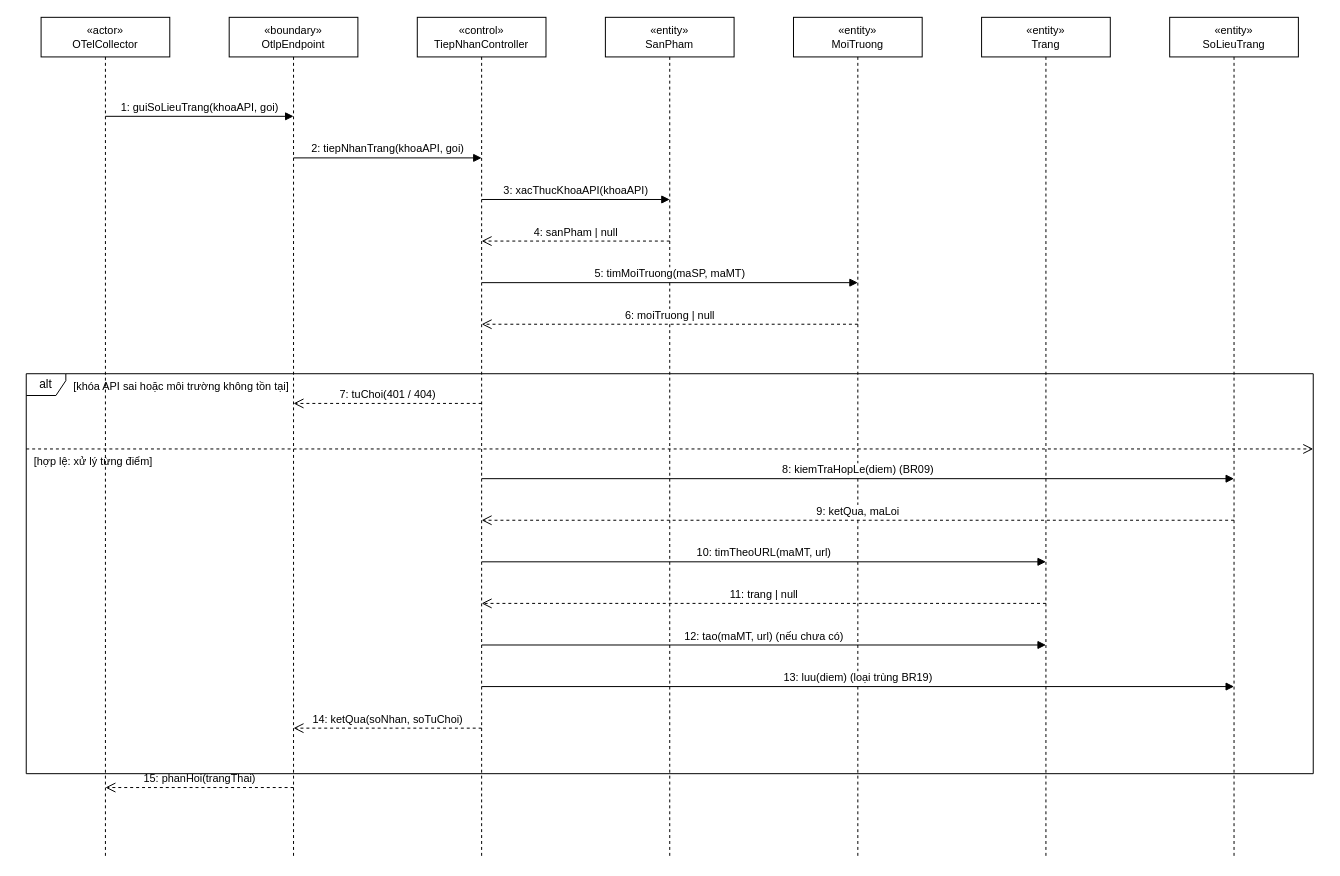
This is docs/diagrams/03_TuanTu/UC_GD_010_Sequence_GhiNhanTrangHieuNang.drawio from TranThienNhan8279/GreenDash, a draw.io file, before an edit. Source tidied: cells renumbered, new cells numbered last; positions are measured from the earlier drawing's top-left corner, leaving out a move shared by most shapes. Both pictures are drawn from the tidied source at 99%, with x=0, y=0 at pixel (26, 17).
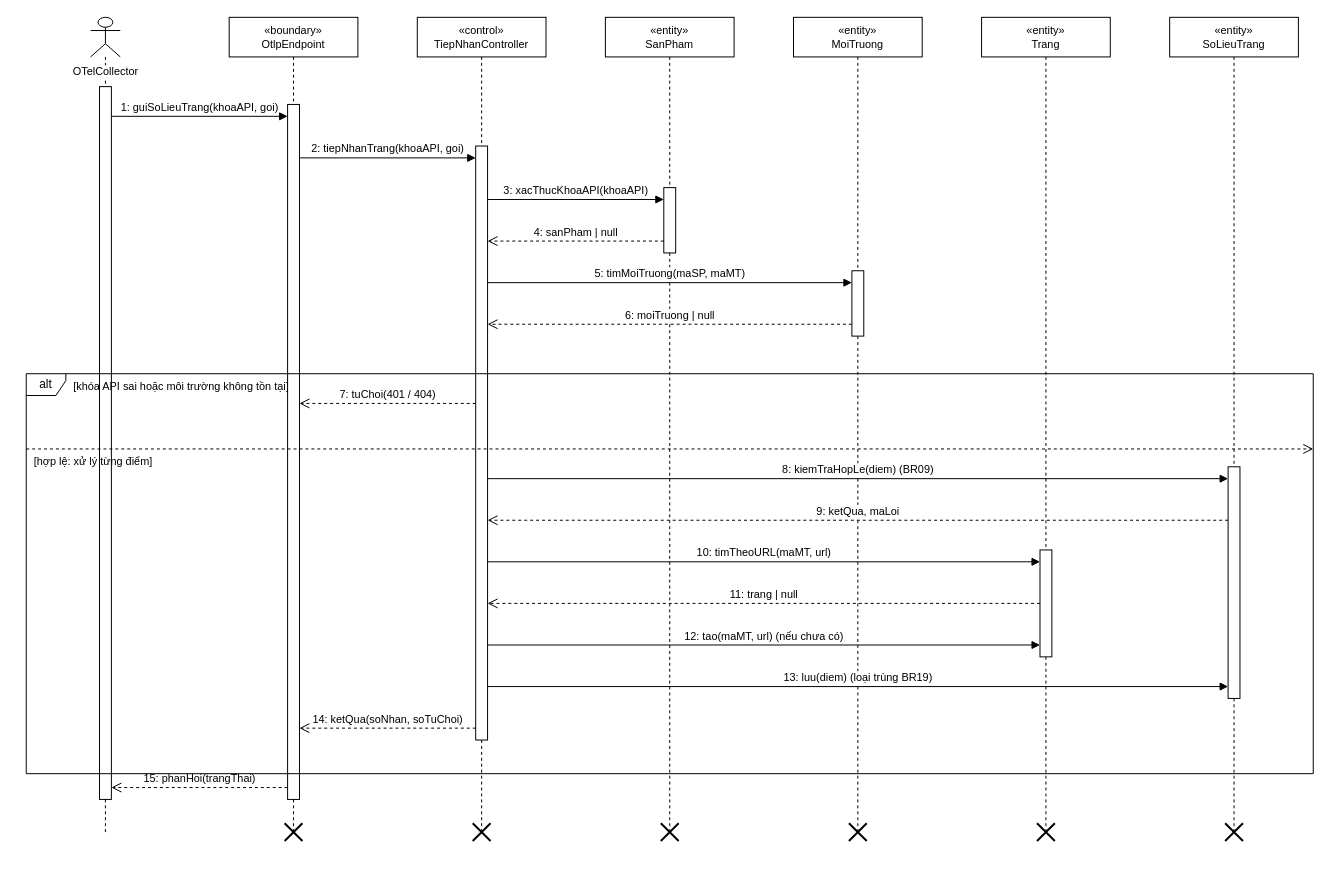
The same diagram, later.

The edit, as a diff of the source:
```diff
@@
-    <mxCell id="2" value="«actor»&lt;br&gt;OTelCollector" style="shape=umlLifeline;perimeter=lifelinePerimeter;whiteSpace=wrap;html=1;fontSize=11;" parent="1" vertex="1">
-      <mxGeometry x="15" width="130" height="850" as="geometry" />
+    <mxCell id="2" value="OTelCollector" style="shape=umlLifeline;participant=umlActor;verticalAlign=top;spacingTop=42;labelBackgroundColor=#ffffff;perimeter=lifelinePerimeter;whiteSpace=nowrap;html=1;fontSize=11;" parent="1" vertex="1">
+      <mxGeometry x="65" width="30" height="823" as="geometry" />
     </mxCell>
     <mxCell id="3" value="«boundary»&lt;br&gt;OtlpEndpoint" style="shape=umlLifeline;perimeter=lifelinePerimeter;whiteSpace=wrap;html=1;fontSize=11;" parent="1" vertex="1">
-      <mxGeometry x="205" width="130" height="850" as="geometry" />
+      <mxGeometry x="205" width="130" height="823" as="geometry" />
     </mxCell>
     <mxCell id="4" value="«control»&lt;br&gt;TiepNhanController" style="shape=umlLifeline;perimeter=lifelinePerimeter;whiteSpace=wrap;html=1;fontSize=11;" parent="1" vertex="1">
-      <mxGeometry x="395" width="130" height="850" as="geometry" />
+      <mxGeometry x="395" width="130" height="823" as="geometry" />
     </mxCell>
     <mxCell id="5" value="«entity»&lt;br&gt;SanPham" style="shape=umlLifeline;perimeter=lifelinePerimeter;whiteSpace=wrap;html=1;fontSize=11;" parent="1" vertex="1">
-      <mxGeometry x="585" width="130" height="850" as="geometry" />
+      <mxGeometry x="585" width="130" height="823" as="geometry" />
     </mxCell>
     <mxCell id="6" value="«entity»&lt;br&gt;MoiTruong" style="shape=umlLifeline;perimeter=lifelinePerimeter;whiteSpace=wrap;html=1;fontSize=11;" parent="1" vertex="1">
-      <mxGeometry x="775" width="130" height="850" as="geometry" />
+      <mxGeometry x="775" width="130" height="823" as="geometry" />
     </mxCell>
     <mxCell id="7" value="«entity»&lt;br&gt;Trang" style="shape=umlLifeline;perimeter=lifelinePerimeter;whiteSpace=wrap;html=1;fontSize=11;" parent="1" vertex="1">
-      <mxGeometry x="965" width="130" height="850" as="geometry" />
+      <mxGeometry x="965" width="130" height="823" as="geometry" />
     </mxCell>
     <mxCell id="8" value="«entity»&lt;br&gt;SoLieuTrang" style="shape=umlLifeline;perimeter=lifelinePerimeter;whiteSpace=wrap;html=1;fontSize=11;" parent="1" vertex="1">
-      <mxGeometry x="1155" width="130" height="850" as="geometry" />
+      <mxGeometry x="1155" width="130" height="823" as="geometry" />
     </mxCell>
+    <mxCell id="28" style="html=1;perimeter=orthogonalPerimeter;fillColor=#ffffff;strokeColor=#000000;" parent="1" vertex="1">
+      <mxGeometry x="74" y="70" width="12" height="720" as="geometry" />
+    </mxCell>
+    <mxCell id="29" style="html=1;perimeter=orthogonalPerimeter;fillColor=#ffffff;strokeColor=#000000;" parent="1" vertex="1">
+      <mxGeometry x="264" y="88" width="12" height="702" as="geometry" />
+    </mxCell>
+    <mxCell id="30" style="shape=umlDestroy;html=1;strokeWidth=2;strokeColor=#000000;" parent="1" vertex="1">
+      <mxGeometry x="261" y="814" width="18" height="18" as="geometry" />
+    </mxCell>
+    <mxCell id="31" style="html=1;perimeter=orthogonalPerimeter;fillColor=#ffffff;strokeColor=#000000;" parent="1" vertex="1">
+      <mxGeometry x="454" y="130" width="12" height="600" as="geometry" />
+    </mxCell>
+    <mxCell id="32" style="shape=umlDestroy;html=1;strokeWidth=2;strokeColor=#000000;" parent="1" vertex="1">
+      <mxGeometry x="451" y="814" width="18" height="18" as="geometry" />
+    </mxCell>
+    <mxCell id="33" style="html=1;perimeter=orthogonalPerimeter;fillColor=#ffffff;strokeColor=#000000;" parent="1" vertex="1">
+      <mxGeometry x="644" y="172" width="12" height="66" as="geometry" />
+    </mxCell>
+    <mxCell id="34" style="shape=umlDestroy;html=1;strokeWidth=2;strokeColor=#000000;" parent="1" vertex="1">
+      <mxGeometry x="641" y="814" width="18" height="18" as="geometry" />
+    </mxCell>
+    <mxCell id="35" style="html=1;perimeter=orthogonalPerimeter;fillColor=#ffffff;strokeColor=#000000;" parent="1" vertex="1">
+      <mxGeometry x="834" y="256" width="12" height="66" as="geometry" />
+    </mxCell>
+    <mxCell id="36" style="shape=umlDestroy;html=1;strokeWidth=2;strokeColor=#000000;" parent="1" vertex="1">
+      <mxGeometry x="831" y="814" width="18" height="18" as="geometry" />
+    </mxCell>
+    <mxCell id="37" style="html=1;perimeter=orthogonalPerimeter;fillColor=#ffffff;strokeColor=#000000;" parent="1" vertex="1">
+      <mxGeometry x="1024" y="538" width="12" height="108" as="geometry" />
+    </mxCell>
+    <mxCell id="38" style="shape=umlDestroy;html=1;strokeWidth=2;strokeColor=#000000;" parent="1" vertex="1">
+      <mxGeometry x="1021" y="814" width="18" height="18" as="geometry" />
+    </mxCell>
+    <mxCell id="39" style="html=1;perimeter=orthogonalPerimeter;fillColor=#ffffff;strokeColor=#000000;" parent="1" vertex="1">
+      <mxGeometry x="1214" y="454" width="12" height="234" as="geometry" />
+    </mxCell>
+    <mxCell id="40" style="shape=umlDestroy;html=1;strokeWidth=2;strokeColor=#000000;" parent="1" vertex="1">
+      <mxGeometry x="1211" y="814" width="18" height="18" as="geometry" />
+    </mxCell>
     <mxCell id="9" value="1: guiSoLieuTrang(khoaAPI, goi)" style="html=1;verticalAlign=bottom;endArrow=block;endFill=1;" parent="1" edge="1">
       <mxGeometry relative="1" as="geometry">
-        <mxPoint x="80" y="100" as="sourcePoint" />
-        <mxPoint x="270" y="100" as="targetPoint" />
+        <mxPoint x="86" y="100" as="sourcePoint" />
+        <mxPoint x="264" y="100" as="targetPoint" />
       </mxGeometry>
     </mxCell>
     <mxCell id="10" value="2: tiepNhanTrang(khoaAPI, goi)" style="html=1;verticalAlign=bottom;endArrow=block;endFill=1;" parent="1" edge="1">
       <mxGeometry relative="1" as="geometry">
-        <mxPoint x="270" y="142" as="sourcePoint" />
-        <mxPoint x="460" y="142" as="targetPoint" />
+        <mxPoint x="276" y="142" as="sourcePoint" />
+        <mxPoint x="454" y="142" as="targetPoint" />
       </mxGeometry>
     </mxCell>
     <mxCell id="11" value="3: xacThucKhoaAPI(khoaAPI)" style="html=1;verticalAlign=bottom;endArrow=block;endFill=1;" parent="1" edge="1">
       <mxGeometry relative="1" as="geometry">
-        <mxPoint x="460" y="184" as="sourcePoint" />
-        <mxPoint x="650" y="184" as="targetPoint" />
+        <mxPoint x="466" y="184" as="sourcePoint" />
+        <mxPoint x="644" y="184" as="targetPoint" />
       </mxGeometry>
     </mxCell>
     <mxCell id="12" value="4: sanPham | null" style="html=1;verticalAlign=bottom;endArrow=open;endSize=8;dashed=1;" parent="1" edge="1">
       <mxGeometry relative="1" as="geometry">
-        <mxPoint x="650" y="226" as="sourcePoint" />
-        <mxPoint x="460" y="226" as="targetPoint" />
+        <mxPoint x="644" y="226" as="sourcePoint" />
+        <mxPoint x="466" y="226" as="targetPoint" />
       </mxGeometry>
     </mxCell>
     <mxCell id="13" value="5: timMoiTruong(maSP, maMT)" style="html=1;verticalAlign=bottom;endArrow=block;endFill=1;" parent="1" edge="1">
       <mxGeometry relative="1" as="geometry">
-        <mxPoint x="460" y="268" as="sourcePoint" />
-        <mxPoint x="840" y="268" as="targetPoint" />
+        <mxPoint x="466" y="268" as="sourcePoint" />
+        <mxPoint x="834" y="268" as="targetPoint" />
       </mxGeometry>
     </mxCell>
     <mxCell id="14" value="6: moiTruong | null" style="html=1;verticalAlign=bottom;endArrow=open;endSize=8;dashed=1;" parent="1" edge="1">
       <mxGeometry relative="1" as="geometry">
-        <mxPoint x="840" y="310" as="sourcePoint" />
-        <mxPoint x="460" y="310" as="targetPoint" />
+        <mxPoint x="834" y="310" as="sourcePoint" />
+        <mxPoint x="466" y="310" as="targetPoint" />
       </mxGeometry>
     </mxCell>
     <mxCell id="15" value="7: tuChoi(401 / 404)" style="html=1;verticalAlign=bottom;endArrow=open;endSize=8;dashed=1;" parent="1" edge="1">
       <mxGeometry relative="1" as="geometry">
-        <mxPoint x="460" y="390" as="sourcePoint" />
-        <mxPoint x="270" y="390" as="targetPoint" />
+        <mxPoint x="454" y="390" as="sourcePoint" />
+        <mxPoint x="276" y="390" as="targetPoint" />
       </mxGeometry>
     </mxCell>
     <mxCell id="16" value="8: kiemTraHopLe(diem)  (BR09)" style="html=1;verticalAlign=bottom;endArrow=block;endFill=1;" parent="1" edge="1">
       <mxGeometry relative="1" as="geometry">
-        <mxPoint x="460" y="466" as="sourcePoint" />
-        <mxPoint x="1220" y="466" as="targetPoint" />
+        <mxPoint x="466" y="466" as="sourcePoint" />
+        <mxPoint x="1214" y="466" as="targetPoint" />
       </mxGeometry>
     </mxCell>
     <mxCell id="17" value="9: ketQua, maLoi" style="html=1;verticalAlign=bottom;endArrow=open;endSize=8;dashed=1;" parent="1" edge="1">
       <mxGeometry relative="1" as="geometry">
-        <mxPoint x="1220" y="508" as="sourcePoint" />
-        <mxPoint x="460" y="508" as="targetPoint" />
+        <mxPoint x="1214" y="508" as="sourcePoint" />
+        <mxPoint x="466" y="508" as="targetPoint" />
       </mxGeometry>
     </mxCell>
     <mxCell id="18" value="10: timTheoURL(maMT, url)" style="html=1;verticalAlign=bottom;endArrow=block;endFill=1;" parent="1" edge="1">
       <mxGeometry relative="1" as="geometry">
-        <mxPoint x="460" y="550" as="sourcePoint" />
-        <mxPoint x="1030" y="550" as="targetPoint" />
+        <mxPoint x="466" y="550" as="sourcePoint" />
+        <mxPoint x="1024" y="550" as="targetPoint" />
       </mxGeometry>
     </mxCell>
     <mxCell id="19" value="11: trang | null" style="html=1;verticalAlign=bottom;endArrow=open;endSize=8;dashed=1;" parent="1" edge="1">
       <mxGeometry relative="1" as="geometry">
-        <mxPoint x="1030" y="592" as="sourcePoint" />
-        <mxPoint x="460" y="592" as="targetPoint" />
+        <mxPoint x="1024" y="592" as="sourcePoint" />
+        <mxPoint x="466" y="592" as="targetPoint" />
       </mxGeometry>
     </mxCell>
     <mxCell id="20" value="12: tao(maMT, url)  (nếu chưa có)" style="html=1;verticalAlign=bottom;endArrow=block;endFill=1;" parent="1" edge="1">
       <mxGeometry relative="1" as="geometry">
-        <mxPoint x="460" y="634" as="sourcePoint" />
-        <mxPoint x="1030" y="634" as="targetPoint" />
+        <mxPoint x="466" y="634" as="sourcePoint" />
+        <mxPoint x="1024" y="634" as="targetPoint" />
       </mxGeometry>
     </mxCell>
     <mxCell id="21" value="13: luu(diem)  (loại trùng BR19)" style="html=1;verticalAlign=bottom;endArrow=block;endFill=1;" parent="1" edge="1">
       <mxGeometry relative="1" as="geometry">
-        <mxPoint x="460" y="676" as="sourcePoint" />
-        <mxPoint x="1220" y="676" as="targetPoint" />
+        <mxPoint x="466" y="676" as="sourcePoint" />
+        <mxPoint x="1214" y="676" as="targetPoint" />
       </mxGeometry>
     </mxCell>
     <mxCell id="22" value="14: ketQua(soNhan, soTuChoi)" style="html=1;verticalAlign=bottom;endArrow=open;endSize=8;dashed=1;" parent="1" edge="1">
       <mxGeometry relative="1" as="geometry">
-        <mxPoint x="460" y="718" as="sourcePoint" />
-        <mxPoint x="270" y="718" as="targetPoint" />
+        <mxPoint x="454" y="718" as="sourcePoint" />
+        <mxPoint x="276" y="718" as="targetPoint" />
       </mxGeometry>
     </mxCell>
     <mxCell id="23" value="15: phanHoi(trangThai)" style="html=1;verticalAlign=bottom;endArrow=open;endSize=8;dashed=1;" parent="1" edge="1">
       <mxGeometry relative="1" as="geometry">
-        <mxPoint x="270" y="778" as="sourcePoint" />
-        <mxPoint x="80" y="778" as="targetPoint" />
+        <mxPoint x="264" y="778" as="sourcePoint" />
+        <mxPoint x="86" y="778" as="targetPoint" />
       </mxGeometry>
     </mxCell>
```
